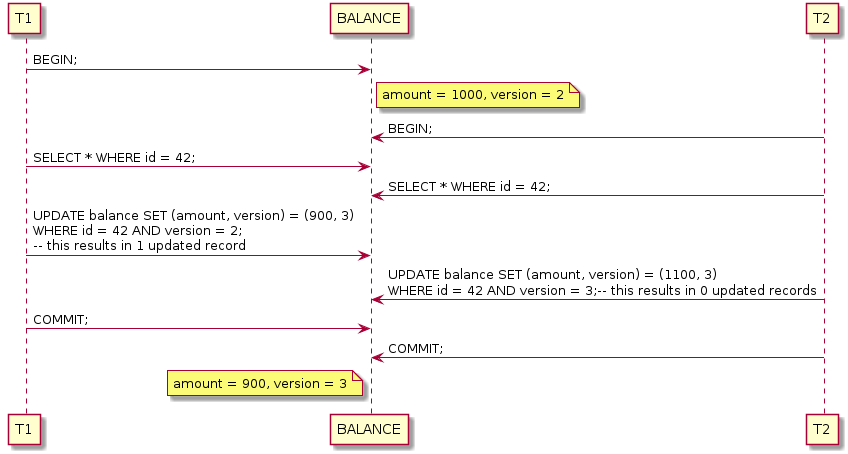
zghurskyi/zghurskyi.github.io keeps this PlantUML diagram as img/lost_update_optimistic_locking.png. Above is the earlier version. The source it was exported from:
```plantuml
@startuml

T1->BALANCE: BEGIN;
note right BALANCE: amount = 1000, version = 2
T2->BALANCE: BEGIN;
T1->BALANCE: SELECT * WHERE id = 42;
T2->BALANCE: SELECT * WHERE id = 42;
T1->BALANCE: UPDATE balance SET (amount, version) = (900, 3)\nWHERE id = 42 AND version = 2;\n-- this results in 1 updated record
T2->BALANCE: UPDATE balance SET (amount, version) = (1100, 3)\nWHERE id = 42 AND version = 3;-- this results in 0 updated records
T1->BALANCE: COMMIT;
T2->BALANCE: COMMIT;
note left BALANCE: amount = 900, version = 3
@enduml
```
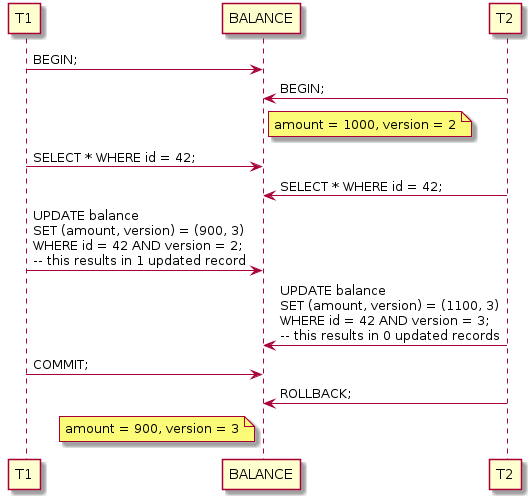
The same diagram one commit later.

Commit message:
Update optimistic locking illustration

What changed in the source:
```diff
@@ -1,13 +1,13 @@
 @startuml
 
 T1->BALANCE: BEGIN;
+T2->BALANCE: BEGIN;
 note right BALANCE: amount = 1000, version = 2
-T2->BALANCE: BEGIN;
 T1->BALANCE: SELECT * WHERE id = 42;
 T2->BALANCE: SELECT * WHERE id = 42;
-T1->BALANCE: UPDATE balance SET (amount, version) = (900, 3)\nWHERE id = 42 AND version = 2;\n-- this results in 1 updated record
-T2->BALANCE: UPDATE balance SET (amount, version) = (1100, 3)\nWHERE id = 42 AND version = 3;-- this results in 0 updated records
+T1->BALANCE: UPDATE balance\nSET (amount, version) = (900, 3)\nWHERE id = 42 AND version = 2;\n-- this results in 1 updated record
+T2->BALANCE: UPDATE balance\nSET (amount, version) = (1100, 3)\nWHERE id = 42 AND version = 3;\n-- this results in 0 updated records
 T1->BALANCE: COMMIT;
-T2->BALANCE: COMMIT;
+T2->BALANCE: ROLLBACK;
 note left BALANCE: amount = 900, version = 3
 @enduml
```
